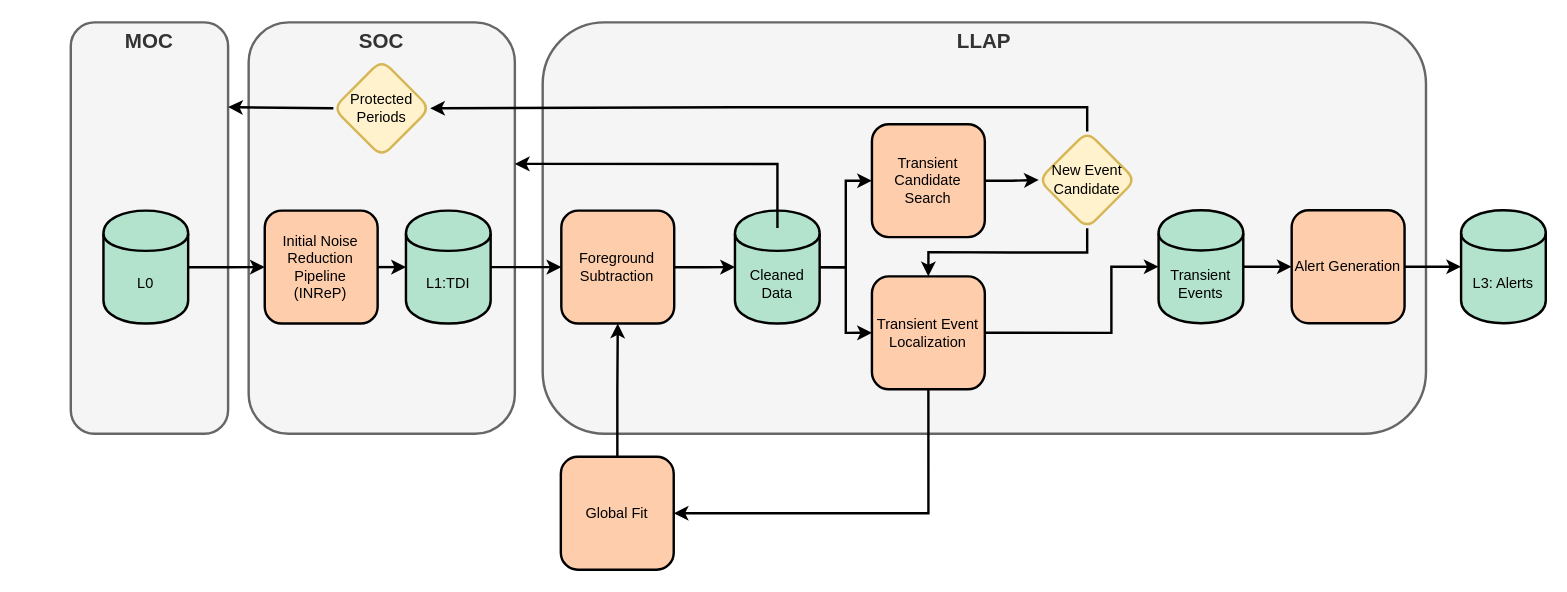
The draw.io diagram page "LLAP (simplified)" (5 of 5) of LISADataFlow.drawio in tlittenberg/ldasoft, before the edit. Source tidied: cells renumbered, new cells numbered last; positions are measured from the earlier drawing's top-left corner, leaving out a move shared by most shapes. Both pictures are drawn from the tidied source at 121%, with x=0, y=0 at pixel (70, 22).
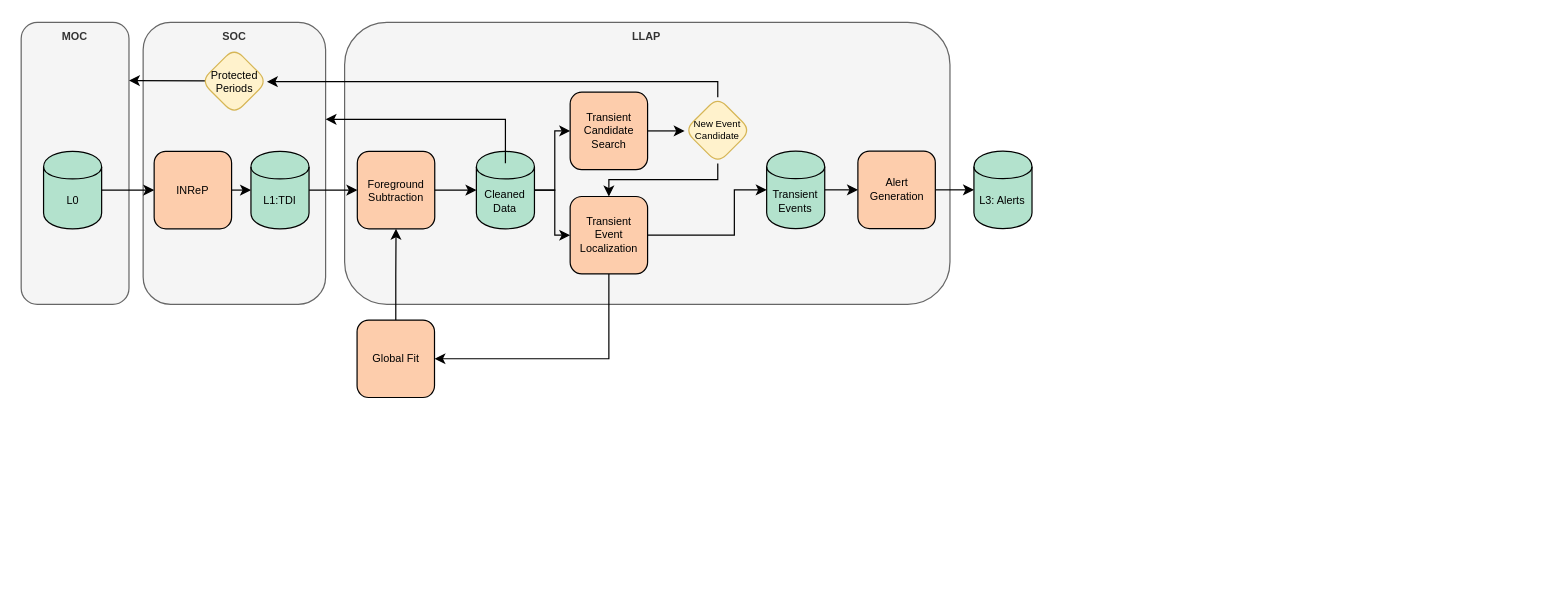
Above is the later version.

Commit message:
Resize for PDF export

Change to the diagram source:
```diff
@@
+    <mxCell id="34" style="group;fontSize=9;strokeWidth=1;" parent="1" vertex="1">
+      <mxGeometry x="-41" width="835.4" height="310" as="geometry" />
+    </mxCell>
-    <mxCell id="2" value="MOC" style="rounded=1;whiteSpace=wrap;html=1;fillColor=#f5f5f5;strokeColor=#666666;fontColor=#333333;verticalAlign=top;fontSize=17;fontStyle=1;strokeWidth=2;" parent="1" vertex="1">
-      <mxGeometry width="130" height="340" as="geometry" />
+    <mxCell id="2" value="MOC" style="rounded=1;whiteSpace=wrap;html=1;fillColor=#f5f5f5;strokeColor=#666666;fontColor=#333333;verticalAlign=top;fontSize=9;fontStyle=1;strokeWidth=1;" parent="34" vertex="1">
+      <mxGeometry width="89.1" height="233" as="geometry" />
     </mxCell>
-    <mxCell id="3" value="LLAP" style="rounded=1;whiteSpace=wrap;html=1;fillColor=#f5f5f5;strokeColor=#666666;fontColor=#333333;verticalAlign=top;fontSize=17;fontStyle=1;strokeWidth=2;" parent="1" vertex="1">
-      <mxGeometry x="390" width="730" height="340" as="geometry" />
+    <mxCell id="3" value="LLAP" style="rounded=1;whiteSpace=wrap;html=1;fillColor=#f5f5f5;strokeColor=#666666;fontColor=#333333;verticalAlign=top;fontSize=9;fontStyle=1;strokeWidth=1;" parent="34" vertex="1">
+      <mxGeometry x="267.3" width="500.3" height="233" as="geometry" />
     </mxCell>
-    <mxCell id="4" value="SOC" style="rounded=1;whiteSpace=wrap;html=1;fillColor=#f5f5f5;strokeColor=#666666;fontColor=#333333;verticalAlign=top;fontSize=17;fontStyle=1;strokeWidth=2;" parent="1" vertex="1">
-      <mxGeometry x="147" width="220" height="340" as="geometry" />
+    <mxCell id="4" value="SOC" style="rounded=1;whiteSpace=wrap;html=1;fillColor=#f5f5f5;strokeColor=#666666;fontColor=#333333;verticalAlign=top;fontSize=9;fontStyle=1;strokeWidth=1;" parent="34" vertex="1">
+      <mxGeometry x="100.8" width="150.8" height="233" as="geometry" />
     </mxCell>
-    <mxCell id="5" value="Initial Noise Reduction Pipeline &lt;br&gt;(INReP)" style="whiteSpace=wrap;html=1;fillColor=#fdcdac;strokeWidth=2;rounded=1;" parent="1" vertex="1">
-      <mxGeometry x="160.3" y="155.6" width="93.3" height="93.3" as="geometry" />
+    <mxCell id="5" value="INReP" style="whiteSpace=wrap;html=1;fillColor=#fdcdac;strokeWidth=1;rounded=1;fontSize=9;" parent="34" vertex="1">
+      <mxGeometry x="109.9" y="106.6" width="64" height="64" as="geometry" />
     </mxCell>
-    <mxCell id="6" value="Foreground Subtraction" style="whiteSpace=wrap;html=1;fillColor=#fdcdac;strokeWidth=2;rounded=1;" parent="1" vertex="1">
-      <mxGeometry x="405.4" y="155.6" width="93.3" height="93.3" as="geometry" />
+    <mxCell id="6" value="Foreground Subtraction" style="whiteSpace=wrap;html=1;fillColor=#fdcdac;strokeWidth=1;rounded=1;fontSize=9;" parent="34" vertex="1">
+      <mxGeometry x="277.8" y="106.6" width="64" height="64" as="geometry" />
     </mxCell>
-    <mxCell id="7" value="Cleaned Data" style="shape=cylinder;whiteSpace=wrap;html=1;boundedLbl=1;backgroundOutline=1;fillColor=#b3e2cd;strokeWidth=2;" parent="1" vertex="1">
-      <mxGeometry x="548.9" y="155.6" width="70" height="93.3" as="geometry" />
+    <mxCell id="7" value="Cleaned Data" style="shape=cylinder;whiteSpace=wrap;html=1;boundedLbl=1;backgroundOutline=1;fillColor=#b3e2cd;strokeWidth=1;fontSize=9;" parent="34" vertex="1">
+      <mxGeometry x="376.2" y="106.6" width="48" height="64" as="geometry" />
     </mxCell>
-    <mxCell id="8" style="edgeStyle=orthogonalEdgeStyle;rounded=0;jettySize=auto;html=1;entryX=0;entryY=0.5;entryDx=0;entryDy=0;strokeWidth=2;strokeColor=#000000;" parent="1" edge="1" source="6" target="7">
-      <mxGeometry x="117" y="237.9" as="geometry" />
+    <mxCell id="8" style="edgeStyle=orthogonalEdgeStyle;rounded=0;jettySize=auto;html=1;entryX=0;entryY=0.5;entryDx=0;entryDy=0;strokeWidth=1;strokeColor=#000000;fontSize=9;" parent="34" edge="1" source="6" target="7">
+      <mxGeometry x="45.9" y="12.3" as="geometry" />
     </mxCell>
-    <mxCell id="9" style="edgeStyle=orthogonalEdgeStyle;rounded=0;jettySize=auto;html=1;exitX=0.5;exitY=1;exitDx=0;exitDy=0;entryX=1;entryY=0.5;entryDx=0;entryDy=0;strokeColor=#000000;strokeWidth=2;" parent="1" edge="1" source="11" target="30">
-      <mxGeometry relative="1" as="geometry" />
-    </mxCell>
-    <mxCell id="10" style="edgeStyle=orthogonalEdgeStyle;rounded=0;jumpStyle=arc;jettySize=auto;html=1;exitX=1;exitY=0.5;exitDx=0;exitDy=0;entryX=0;entryY=0.5;entryDx=0;entryDy=0;strokeColor=#000000;strokeWidth=2;" parent="1" edge="1" source="11" target="33">
-      <mxGeometry relative="1" as="geometry">
-        <Array as="points">
-          <mxPoint x="860" y="257" />
-          <mxPoint x="860" y="202" />
-        </Array>
-      </mxGeometry>
-    </mxCell>
-    <mxCell id="11" value="Transient Event Localization" style="whiteSpace=wrap;html=1;fillColor=#fdcdac;strokeWidth=2;rounded=1;" parent="1" vertex="1">
-      <mxGeometry x="662.1" y="209.9" width="93.3" height="93.3" as="geometry" />
+    <mxCell id="11" value="Transient Event Localization" style="whiteSpace=wrap;html=1;fillColor=#fdcdac;strokeWidth=1;rounded=1;fontSize=9;" parent="34" vertex="1">
+      <mxGeometry x="453.7" y="143.9" width="64" height="64" as="geometry" />
     </mxCell>
-    <mxCell id="12" style="edgeStyle=orthogonalEdgeStyle;rounded=0;jettySize=auto;html=1;entryX=0;entryY=0.5;entryDx=0;entryDy=0;strokeWidth=2;strokeColor=#000000;" parent="1" edge="1" source="7" target="11">
-      <mxGeometry x="117" y="237.9" as="geometry" />
+    <mxCell id="12" style="edgeStyle=orthogonalEdgeStyle;rounded=0;jettySize=auto;html=1;entryX=0;entryY=0.5;entryDx=0;entryDy=0;strokeWidth=1;strokeColor=#000000;fontSize=9;" parent="34" edge="1" source="7" target="11">
+      <mxGeometry x="45.9" y="12.3" as="geometry">
+        <Array as="points">
+          <mxPoint x="441" y="139" />
+          <mxPoint x="441" y="176" />
+        </Array>
+      </mxGeometry>
     </mxCell>
-    <mxCell id="13" style="edgeStyle=orthogonalEdgeStyle;rounded=0;jumpStyle=arc;jettySize=auto;html=1;exitX=1;exitY=0.5;exitDx=0;exitDy=0;entryX=0;entryY=0.5;entryDx=0;entryDy=0;strokeWidth=2;strokeColor=#000000;" parent="1" edge="1" source="14" target="6">
+    <mxCell id="13" style="edgeStyle=orthogonalEdgeStyle;rounded=0;jumpStyle=arc;jettySize=auto;html=1;exitX=1;exitY=0.5;exitDx=0;exitDy=0;entryX=0;entryY=0.5;entryDx=0;entryDy=0;strokeWidth=1;strokeColor=#000000;fontSize=9;" parent="34" edge="1" source="14" target="6">
       <mxGeometry relative="1" as="geometry" />
     </mxCell>
-    <mxCell id="14" value="L1:TDI" style="shape=cylinder;whiteSpace=wrap;html=1;boundedLbl=1;backgroundOutline=1;fillColor=#b3e2cd;strokeWidth=2;" parent="1" vertex="1">
-      <mxGeometry x="277" y="155.6" width="70" height="93.3" as="geometry" />
+    <mxCell id="14" value="L1:TDI" style="shape=cylinder;whiteSpace=wrap;html=1;boundedLbl=1;backgroundOutline=1;fillColor=#b3e2cd;strokeWidth=1;fontSize=9;" parent="34" vertex="1">
+      <mxGeometry x="189.9" y="106.6" width="48" height="64" as="geometry" />
     </mxCell>
-    <mxCell id="15" style="edgeStyle=orthogonalEdgeStyle;rounded=0;jettySize=auto;html=1;exitX=1;exitY=0.5;exitDx=0;exitDy=0;entryX=0;entryY=0.5;entryDx=0;entryDy=0;strokeWidth=2;strokeColor=#000000;" parent="1" edge="1" source="5" target="14">
-      <mxGeometry x="117" y="237.9" as="geometry" />
+    <mxCell id="15" style="edgeStyle=orthogonalEdgeStyle;rounded=0;jettySize=auto;html=1;exitX=1;exitY=0.5;exitDx=0;exitDy=0;entryX=0;entryY=0.5;entryDx=0;entryDy=0;strokeWidth=1;strokeColor=#000000;fontSize=9;" parent="34" edge="1" source="5" target="14">
+      <mxGeometry x="45.9" y="12.3" as="geometry" />
     </mxCell>
-    <mxCell id="16" style="edgeStyle=orthogonalEdgeStyle;rounded=0;jettySize=auto;html=1;entryX=0;entryY=0.5;entryDx=0;entryDy=0;strokeWidth=2;strokeColor=#000000;" parent="1" edge="1" source="17" target="5">
-      <mxGeometry x="117" y="237.9" as="geometry" />
+    <mxCell id="16" style="edgeStyle=orthogonalEdgeStyle;rounded=0;jettySize=auto;html=1;entryX=0;entryY=0.5;entryDx=0;entryDy=0;strokeWidth=1;strokeColor=#000000;fontSize=9;" parent="34" edge="1" source="17" target="5">
+      <mxGeometry x="45.9" y="12.3" as="geometry" />
     </mxCell>
-    <mxCell id="17" value="L0" style="shape=cylinder;whiteSpace=wrap;html=1;boundedLbl=1;backgroundOutline=1;fillColor=#b3e2cd;strokeWidth=2;" parent="1" vertex="1">
-      <mxGeometry x="27" y="155.6" width="70" height="93.3" as="geometry" />
+    <mxCell id="17" value="L0" style="shape=cylinder;whiteSpace=wrap;html=1;boundedLbl=1;backgroundOutline=1;fillColor=#b3e2cd;strokeWidth=1;fontSize=9;" parent="34" vertex="1">
+      <mxGeometry x="18.5" y="106.6" width="48" height="64" as="geometry" />
     </mxCell>
-    <mxCell id="18" value="L3: Alerts" style="shape=cylinder;whiteSpace=wrap;html=1;boundedLbl=1;backgroundOutline=1;fillColor=#b3e2cd;strokeWidth=2;" parent="1" vertex="1">
-      <mxGeometry x="1149" y="155.3" width="70" height="93.3" as="geometry" />
+    <mxCell id="18" value="L3: Alerts" style="shape=cylinder;whiteSpace=wrap;html=1;boundedLbl=1;backgroundOutline=1;fillColor=#b3e2cd;strokeWidth=1;fontSize=9;" parent="34" vertex="1">
+      <mxGeometry x="787.4" y="106.4" width="48" height="64" as="geometry" />
     </mxCell>
-    <mxCell id="19" style="edgeStyle=orthogonalEdgeStyle;rounded=0;jumpStyle=arc;jettySize=auto;html=1;exitX=0;exitY=0.5;exitDx=0;exitDy=0;strokeColor=#000000;fontSize=12;fontColor=#6600CC;strokeWidth=2;" parent="1" edge="1" source="20">
+    <mxCell id="19" style="edgeStyle=orthogonalEdgeStyle;rounded=0;jumpStyle=arc;jettySize=auto;html=1;exitX=0.067;exitY=0.494;exitDx=0;exitDy=0;strokeColor=#000000;fontSize=9;fontColor=#6600CC;strokeWidth=1;exitPerimeter=0;" parent="34" edge="1" source="20">
       <mxGeometry relative="1" as="geometry">
-        <mxPoint x="130" y="70" as="targetPoint" />
+        <mxPoint x="89.1" y="48" as="targetPoint" />
       </mxGeometry>
     </mxCell>
-    <mxCell id="20" value="Protected Periods" style="rhombus;whiteSpace=wrap;html=1;rounded=1;fontSize=12;fillColor=#fff2cc;strokeColor=#d6b656;strokeWidth=2;" parent="1" vertex="1">
-      <mxGeometry x="217" y="31" width="80" height="80" as="geometry" />
+    <mxCell id="20" value="Protected Periods" style="rhombus;whiteSpace=wrap;html=1;rounded=1;fontSize=9;fillColor=#fff2cc;strokeColor=#d6b656;strokeWidth=1;" parent="34" vertex="1">
+      <mxGeometry x="148.7" y="21.2" width="54.8" height="54.8" as="geometry" />
     </mxCell>
-    <mxCell id="21" style="edgeStyle=orthogonalEdgeStyle;rounded=0;jettySize=auto;html=1;exitX=1;exitY=0.5;exitDx=0;exitDy=0;entryX=0;entryY=0.5;entryDx=0;entryDy=0;strokeColor=#000000;strokeWidth=2;" parent="1" edge="1" source="22" target="26">
-      <mxGeometry relative="1" as="geometry" />
-    </mxCell>
-    <mxCell id="22" value="Transient Candidate Search" style="whiteSpace=wrap;html=1;fillColor=#fdcdac;strokeWidth=2;rounded=1;" parent="1" vertex="1">
-      <mxGeometry x="662.1" y="84.2" width="93.3" height="93.3" as="geometry" />
+    <mxCell id="22" value="Transient Candidate Search" style="whiteSpace=wrap;html=1;fillColor=#fdcdac;strokeWidth=1;rounded=1;fontSize=9;" parent="34" vertex="1">
+      <mxGeometry x="453.7" y="57.7" width="64" height="64" as="geometry" />
     </mxCell>
-    <mxCell id="23" style="edgeStyle=orthogonalEdgeStyle;rounded=0;jettySize=auto;html=1;entryX=0;entryY=0.5;entryDx=0;entryDy=0;strokeWidth=2;strokeColor=#000000;exitX=1;exitY=0.5;exitDx=0;exitDy=0;" parent="1" edge="1" source="7" target="22">
-      <mxGeometry x="127" y="247.9" as="geometry" />
+    <mxCell id="23" style="edgeStyle=orthogonalEdgeStyle;rounded=0;jettySize=auto;html=1;entryX=0;entryY=0.5;entryDx=0;entryDy=0;strokeWidth=1;strokeColor=#000000;exitX=1;exitY=0.5;exitDx=0;exitDy=0;fontSize=9;" parent="34" edge="1" source="7" target="22">
+      <mxGeometry x="52.8" y="19.1" as="geometry">
+        <Array as="points">
+          <mxPoint x="441" y="139" />
+          <mxPoint x="441" y="90" />
+        </Array>
+      </mxGeometry>
     </mxCell>
-    <mxCell id="24" style="edgeStyle=orthogonalEdgeStyle;rounded=0;jettySize=auto;html=1;exitX=0.5;exitY=1;exitDx=0;exitDy=0;entryX=0.5;entryY=0;entryDx=0;entryDy=0;strokeColor=#000000;strokeWidth=2;" parent="1" edge="1" source="26" target="11">
-      <mxGeometry relative="1" as="geometry" />
+    <mxCell id="24" style="edgeStyle=orthogonalEdgeStyle;rounded=0;jettySize=auto;html=1;exitX=0.5;exitY=1;exitDx=0;exitDy=0;entryX=0.5;entryY=0;entryDx=0;entryDy=0;strokeColor=#000000;strokeWidth=1;fontSize=9;" parent="34" edge="1" source="26" target="11">
+      <mxGeometry relative="1" as="geometry">
+        <Array as="points">
+          <mxPoint x="576" y="130" />
+          <mxPoint x="486" y="130" />
+        </Array>
+      </mxGeometry>
     </mxCell>
-    <mxCell id="25" style="edgeStyle=orthogonalEdgeStyle;rounded=0;jettySize=auto;html=1;exitX=0.5;exitY=0;exitDx=0;exitDy=0;strokeColor=#000000;strokeWidth=2;" parent="1" edge="1" source="26" target="20">
-      <mxGeometry relative="1" as="geometry" />
+    <mxCell id="25" style="edgeStyle=orthogonalEdgeStyle;rounded=0;jettySize=auto;html=1;exitX=0.5;exitY=0;exitDx=0;exitDy=0;strokeColor=#000000;strokeWidth=1;fontSize=9;" parent="34" edge="1" source="26" target="20">
+      <mxGeometry relative="1" as="geometry">
+        <Array as="points">
+          <mxPoint x="576" y="49" />
+        </Array>
+      </mxGeometry>
     </mxCell>
-    <mxCell id="26" value="New Event Candidate" style="rhombus;whiteSpace=wrap;html=1;rounded=1;fontSize=12;fillColor=#fff2cc;strokeColor=#d6b656;strokeWidth=2;" parent="1" vertex="1">
-      <mxGeometry x="800" y="90.2" width="80" height="80" as="geometry" />
+    <mxCell id="26" value="New Event Candidate" style="rhombus;whiteSpace=wrap;html=1;rounded=1;fontSize=8;fillColor=#fff2cc;strokeColor=#d6b656;strokeWidth=1;" parent="34" vertex="1">
+      <mxGeometry x="548.3" y="61.8" width="54.8" height="54.8" as="geometry" />
     </mxCell>
+    <mxCell id="21" style="edgeStyle=orthogonalEdgeStyle;rounded=0;jettySize=auto;html=1;exitX=1;exitY=0.5;exitDx=0;exitDy=0;entryX=0;entryY=0.5;entryDx=0;entryDy=0;strokeColor=#000000;strokeWidth=1;fontSize=9;" parent="34" edge="1" source="22" target="26">
+      <mxGeometry relative="1" as="geometry" />
+    </mxCell>
-    <mxCell id="27" style="edgeStyle=orthogonalEdgeStyle;rounded=0;jettySize=auto;html=1;exitX=1;exitY=0.5;exitDx=0;exitDy=0;entryX=0;entryY=0.5;entryDx=0;entryDy=0;strokeColor=#000000;strokeWidth=2;" parent="1" edge="1" source="28" target="18">
+    <mxCell id="27" style="edgeStyle=orthogonalEdgeStyle;rounded=0;jettySize=auto;html=1;exitX=1;exitY=0.5;exitDx=0;exitDy=0;entryX=0;entryY=0.5;entryDx=0;entryDy=0;strokeColor=#000000;strokeWidth=1;fontSize=9;" parent="34" edge="1" source="28" target="18">
       <mxGeometry relative="1" as="geometry" />
     </mxCell>
-    <mxCell id="28" value="Alert Generation" style="whiteSpace=wrap;html=1;fillColor=#fdcdac;strokeWidth=2;rounded=1;" parent="1" vertex="1">
-      <mxGeometry x="1009" y="155.3" width="93.3" height="93.3" as="geometry" />
+    <mxCell id="28" value="Alert Generation" style="whiteSpace=wrap;html=1;fillColor=#fdcdac;strokeWidth=1;rounded=1;fontSize=9;" parent="34" vertex="1">
+      <mxGeometry x="691.5" y="106.4" width="64" height="64" as="geometry" />
     </mxCell>
-    <mxCell id="29" style="edgeStyle=orthogonalEdgeStyle;rounded=0;jettySize=auto;html=1;entryX=0.5;entryY=1;entryDx=0;entryDy=0;strokeColor=#000000;strokeWidth=2;" parent="1" edge="1" source="30" target="6">
+    <mxCell id="29" style="edgeStyle=orthogonalEdgeStyle;rounded=0;jettySize=auto;html=1;entryX=0.5;entryY=1;entryDx=0;entryDy=0;strokeColor=#000000;strokeWidth=1;fontSize=9;" parent="34" edge="1" source="30" target="6">
       <mxGeometry relative="1" as="geometry" />
     </mxCell>
-    <mxCell id="30" value="Global Fit" style="whiteSpace=wrap;html=1;fillColor=#fdcdac;strokeWidth=2;rounded=1;" parent="1" vertex="1">
-      <mxGeometry x="405" y="359" width="93.3" height="93.3" as="geometry" />
+    <mxCell id="30" value="Global Fit" style="whiteSpace=wrap;html=1;fillColor=#fdcdac;strokeWidth=1;rounded=1;fontSize=9;" parent="34" vertex="1">
+      <mxGeometry x="277.6" y="246" width="64" height="64" as="geometry" />
     </mxCell>
-    <mxCell id="31" style="edgeStyle=orthogonalEdgeStyle;rounded=0;jettySize=auto;html=1;entryX=1;entryY=0.344;entryDx=0;entryDy=0;strokeColor=#000000;strokeWidth=2;entryPerimeter=0;jumpStyle=arc;" parent="1" edge="1" target="4">
+    <mxCell id="31" style="edgeStyle=orthogonalEdgeStyle;rounded=0;jettySize=auto;html=1;entryX=1;entryY=0.344;entryDx=0;entryDy=0;strokeColor=#000000;strokeWidth=1;entryPerimeter=0;jumpStyle=arc;fontSize=9;" parent="34" edge="1" target="4">
       <mxGeometry relative="1" as="geometry">
-        <mxPoint x="584" y="170" as="sourcePoint" />
+        <mxPoint x="400.2" y="116.5" as="sourcePoint" />
         <Array as="points">
-          <mxPoint x="584" y="117" />
+          <mxPoint x="400.2" y="80.2" />
         </Array>
       </mxGeometry>
     </mxCell>
-    <mxCell id="32" style="edgeStyle=orthogonalEdgeStyle;rounded=0;jumpStyle=arc;jettySize=auto;html=1;exitX=1;exitY=0.5;exitDx=0;exitDy=0;entryX=0;entryY=0.5;entryDx=0;entryDy=0;strokeColor=#000000;strokeWidth=2;" parent="1" edge="1" source="33" target="28">
+    <mxCell id="32" style="edgeStyle=orthogonalEdgeStyle;rounded=0;jumpStyle=arc;jettySize=auto;html=1;exitX=1;exitY=0.5;exitDx=0;exitDy=0;entryX=0;entryY=0.5;entryDx=0;entryDy=0;strokeColor=#000000;strokeWidth=1;fontSize=9;" parent="34" edge="1" source="33" target="28">
       <mxGeometry relative="1" as="geometry" />
     </mxCell>
-    <mxCell id="33" value="Transient Events" style="shape=cylinder;whiteSpace=wrap;html=1;boundedLbl=1;backgroundOutline=1;fillColor=#b3e2cd;strokeWidth=2;" parent="1" vertex="1">
-      <mxGeometry x="899" y="155.3" width="70" height="93.3" as="geometry" />
+    <mxCell id="33" value="Transient Events" style="shape=cylinder;whiteSpace=wrap;html=1;boundedLbl=1;backgroundOutline=1;fillColor=#b3e2cd;strokeWidth=1;fontSize=9;" parent="34" vertex="1">
+      <mxGeometry x="616.1" y="106.4" width="48" height="64" as="geometry" />
     </mxCell>
+    <mxCell id="9" style="edgeStyle=orthogonalEdgeStyle;rounded=0;jettySize=auto;html=1;exitX=0.5;exitY=1;exitDx=0;exitDy=0;entryX=1;entryY=0.5;entryDx=0;entryDy=0;strokeColor=#000000;strokeWidth=1;fontSize=9;" parent="34" edge="1" source="11" target="30">
+      <mxGeometry relative="1" as="geometry" />
+    </mxCell>
+    <mxCell id="10" style="edgeStyle=orthogonalEdgeStyle;rounded=0;jumpStyle=arc;jettySize=auto;html=1;exitX=1;exitY=0.5;exitDx=0;exitDy=0;entryX=0;entryY=0.5;entryDx=0;entryDy=0;strokeColor=#000000;strokeWidth=1;fontSize=9;" parent="34" edge="1" source="11" target="33">
+      <mxGeometry relative="1" as="geometry">
+        <Array as="points">
+          <mxPoint x="589.4" y="176.1" />
+          <mxPoint x="589.4" y="138.4" />
+        </Array>
+      </mxGeometry>
+    </mxCell>
```
